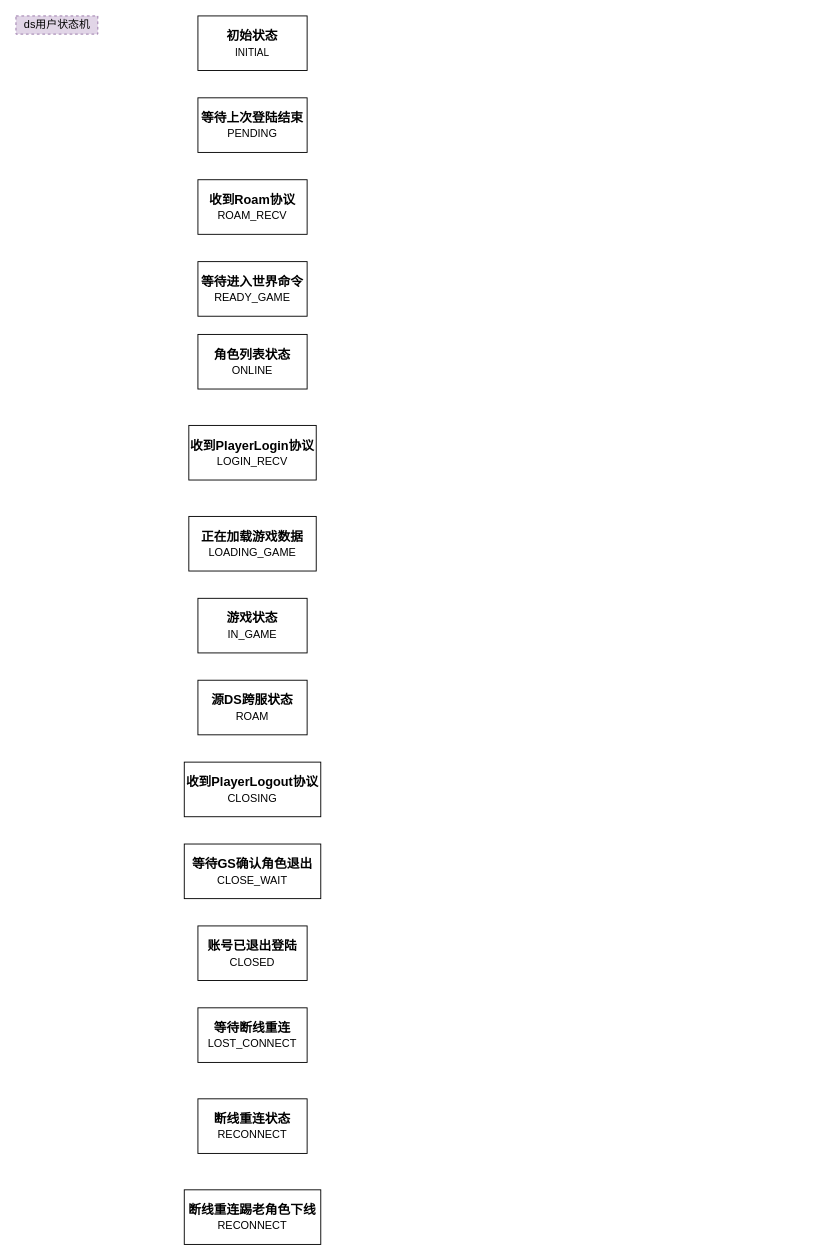
Earlier version of the draw.io diagram page "玩家登陆状态机" (11 of 12) of i-server.drawio (hsoul/lqua). Source tidied: cells renumbered, new cells numbered last; positions are measured from the earlier drawing's top-left corner, leaving out a move shared by most shapes. Both pictures are drawn from the tidied source at 91%, with x=0, y=0 at pixel (15, 15).
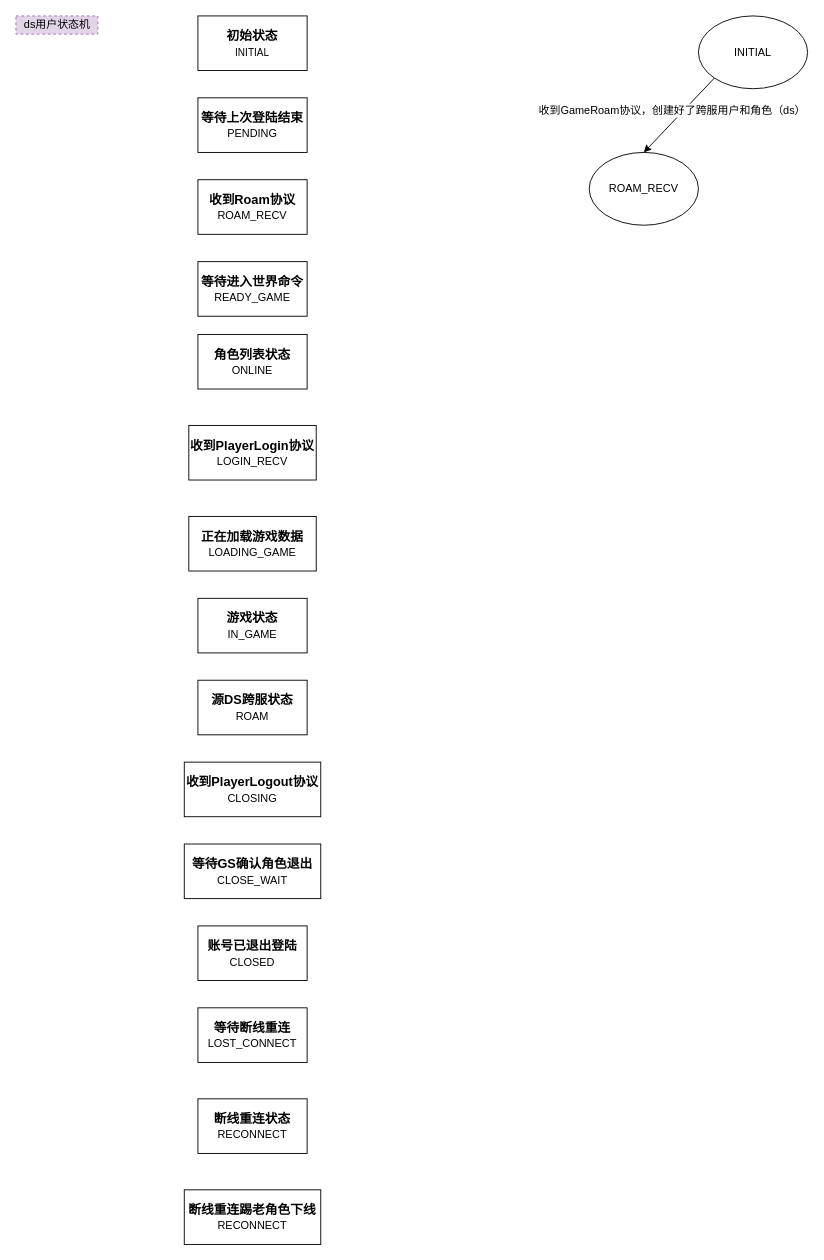
Above is the later version.

Change to the diagram source:
```diff
@@
+    <mxCell id="18" style="edgeStyle=none;rounded=0;sketch=0;jettySize=auto;html=1;exitX=0;exitY=1;exitDx=0;exitDy=0;entryX=0.5;entryY=0;entryDx=0;entryDy=0;fontSize=12;startArrow=none;startFill=0;endArrow=classic;endFill=1;" parent="1" edge="1" source="20" target="21">
+      <mxGeometry relative="1" as="geometry" />
+    </mxCell>
+    <mxCell id="19" value="收到GameRoam协议，创建好了跨服用户和角色（ds）" style="edgeLabel;html=1;align=center;verticalAlign=middle;fontSize=12;" parent="18" vertex="1">
+      <mxGeometry x="-0.19" y="2" relative="1" as="geometry">
+        <mxPoint x="-17" as="offset" />
+      </mxGeometry>
+    </mxCell>
+    <mxCell id="20" value="INITIAL" style="ellipse;whiteSpace=wrap;html=1;sketch=0;fontSize=12;strokeColor=#000000;" parent="1" vertex="1">
+      <mxGeometry x="750" width="120" height="80" as="geometry" />
+    </mxCell>
+    <mxCell id="21" value="ROAM_RECV" style="ellipse;whiteSpace=wrap;html=1;sketch=0;fontSize=12;strokeColor=#000000;" parent="1" vertex="1">
+      <mxGeometry x="630" y="150" width="120" height="80" as="geometry" />
+    </mxCell>
```
